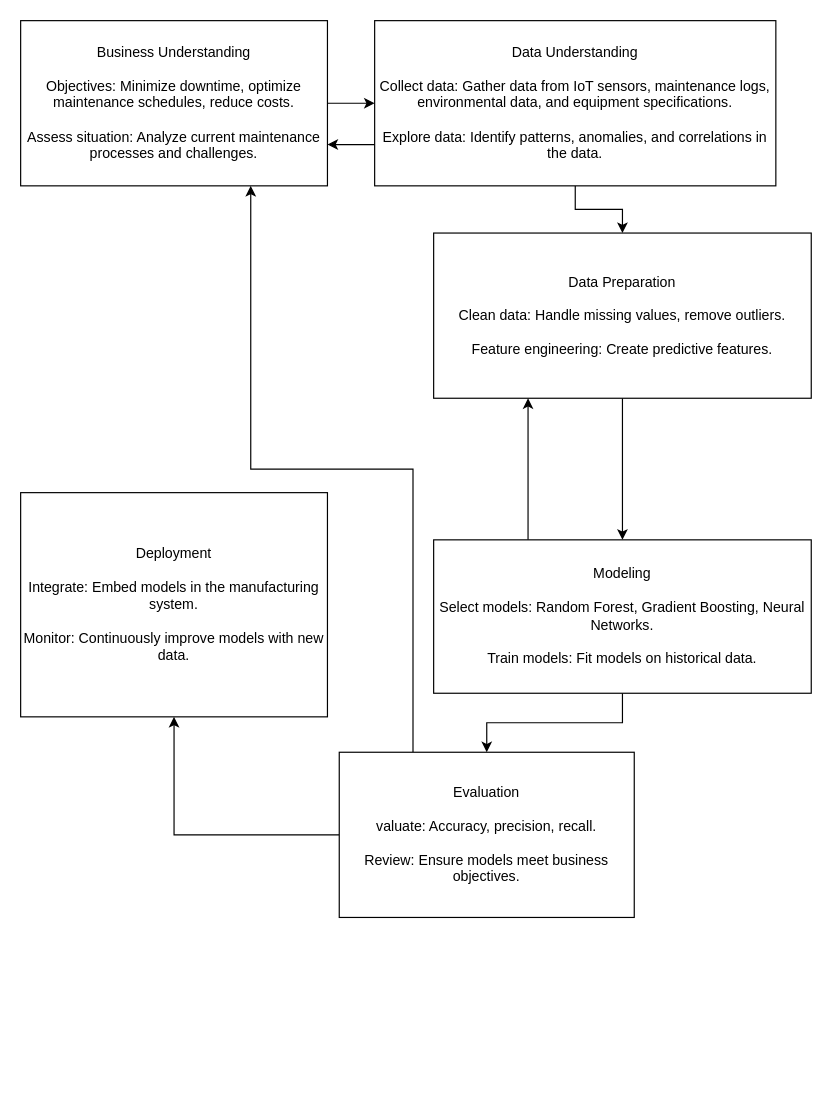
The draw.io diagram Untitled Diagram.drawio in Briandwards/CIDM2315, before the edit. Source tidied: cells renumbered, new cells numbered last; positions are measured from the earlier drawing's top-left corner, leaving out a move shared by most shapes. Both pictures are drawn from the tidied source at 118%, with x=0, y=0 at pixel (20, 20).
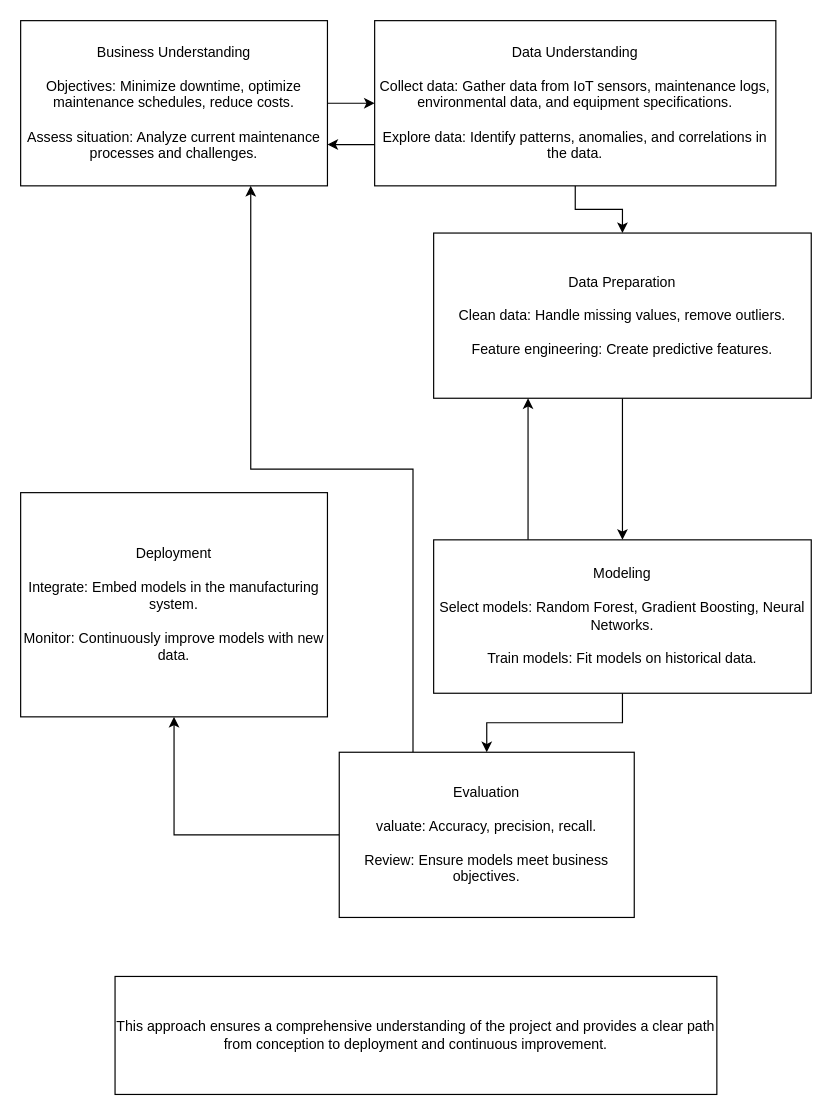
Above is the later version.

Change to the diagram source:
```diff
@@
 <mxGraphModel>
   <root>
     <mxCell id="0" />
     <mxCell id="1" parent="0" />
     <mxCell id="2" style="edgeStyle=orthogonalEdgeStyle;rounded=0;jettySize=auto;html=1;" parent="1" edge="1" source="3" target="6">
       <mxGeometry relative="1" as="geometry" />
     </mxCell>
     <mxCell id="3" value="Business Understanding&lt;div&gt;&lt;span style=&quot;background-color: initial;&quot;&gt;&lt;br&gt;&lt;/span&gt;&lt;/div&gt;&lt;div&gt;&lt;span style=&quot;background-color: initial;&quot;&gt;Objectives: Minimize downtime, optimize maintenance schedules, reduce costs.&lt;/span&gt;&lt;/div&gt;&lt;div&gt;&lt;span style=&quot;background-color: initial;&quot;&gt;&lt;br&gt;&lt;/span&gt;&lt;/div&gt;&lt;div&gt;&lt;span style=&quot;background-color: initial;&quot;&gt;Assess situation: Analyze current maintenance processes and challenges.&lt;/span&gt;&lt;/div&gt;" style="whiteSpace=wrap;html=1;" parent="1" vertex="1">
       <mxGeometry width="260" height="140" as="geometry" />
     </mxCell>
     <mxCell id="4" style="edgeStyle=orthogonalEdgeStyle;rounded=0;jettySize=auto;html=1;" parent="1" edge="1" source="6" target="8">
       <mxGeometry relative="1" as="geometry" />
     </mxCell>
     <mxCell id="5" style="edgeStyle=orthogonalEdgeStyle;rounded=0;jettySize=auto;html=1;exitX=0;exitY=0.75;exitDx=0;exitDy=0;entryX=1;entryY=0.75;entryDx=0;entryDy=0;" parent="1" edge="1" source="6" target="3">
       <mxGeometry relative="1" as="geometry" />
     </mxCell>
     <mxCell id="6" value="Data Understanding&lt;div&gt;&lt;span style=&quot;background-color: initial;&quot;&gt;&lt;br&gt;&lt;/span&gt;&lt;/div&gt;&lt;div&gt;&lt;span style=&quot;background-color: initial;&quot;&gt;Collect data: Gather data from IoT sensors, maintenance logs, environmental data, and equipment specifications.&lt;/span&gt;&lt;/div&gt;&lt;div&gt;&lt;span style=&quot;background-color: initial;&quot;&gt;&lt;br&gt;&lt;/span&gt;&lt;/div&gt;&lt;div&gt;&lt;span style=&quot;background-color: initial;&quot;&gt;Explore data: Identify patterns, anomalies, and correlations in the data.&lt;/span&gt;&lt;/div&gt;" style="whiteSpace=wrap;html=1;" parent="1" vertex="1">
       <mxGeometry x="300" width="340" height="140" as="geometry" />
     </mxCell>
     <mxCell id="7" style="edgeStyle=orthogonalEdgeStyle;rounded=0;jettySize=auto;html=1;" parent="1" edge="1" source="8" target="11">
       <mxGeometry relative="1" as="geometry" />
     </mxCell>
     <mxCell id="8" value="Data Preparation&lt;div&gt;&lt;span style=&quot;background-color: initial;&quot;&gt;&lt;br&gt;&lt;/span&gt;&lt;/div&gt;&lt;div&gt;&lt;span style=&quot;background-color: initial;&quot;&gt;Clean data: Handle missing values, remove outliers.&lt;/span&gt;&lt;/div&gt;&lt;div&gt;&lt;span style=&quot;background-color: initial;&quot;&gt;&lt;br&gt;&lt;/span&gt;&lt;/div&gt;&lt;div&gt;&lt;span style=&quot;background-color: initial;&quot;&gt;Feature engineering: Create predictive features.&lt;/span&gt;&lt;/div&gt;" style="whiteSpace=wrap;html=1;" parent="1" vertex="1">
       <mxGeometry x="350" y="180" width="320" height="140" as="geometry" />
     </mxCell>
     <mxCell id="9" style="edgeStyle=orthogonalEdgeStyle;rounded=0;jettySize=auto;html=1;exitX=0.25;exitY=0;exitDx=0;exitDy=0;entryX=0.25;entryY=1;entryDx=0;entryDy=0;" parent="1" edge="1" source="11" target="8">
       <mxGeometry relative="1" as="geometry" />
     </mxCell>
     <mxCell id="10" style="edgeStyle=orthogonalEdgeStyle;rounded=0;jettySize=auto;html=1;" parent="1" edge="1" source="11" target="14">
       <mxGeometry relative="1" as="geometry" />
     </mxCell>
     <mxCell id="11" value="Modeling&lt;div&gt;&lt;span style=&quot;background-color: initial;&quot;&gt;&lt;br&gt;&lt;/span&gt;&lt;/div&gt;&lt;div&gt;&lt;span style=&quot;background-color: initial;&quot;&gt;Select models: Random Forest, Gradient Boosting, Neural Networks.&lt;/span&gt;&lt;/div&gt;&lt;div&gt;&lt;span style=&quot;background-color: initial;&quot;&gt;&lt;br&gt;&lt;/span&gt;&lt;/div&gt;&lt;div&gt;&lt;span style=&quot;background-color: initial;&quot;&gt;Train models: Fit models on historical data.&lt;/span&gt;&lt;/div&gt;" style="whiteSpace=wrap;html=1;" parent="1" vertex="1">
       <mxGeometry x="350" y="440" width="320" height="130" as="geometry" />
     </mxCell>
     <mxCell id="12" style="edgeStyle=orthogonalEdgeStyle;rounded=0;jettySize=auto;html=1;exitX=0.25;exitY=0;exitDx=0;exitDy=0;entryX=0.75;entryY=1;entryDx=0;entryDy=0;" parent="1" edge="1" source="14" target="3">
       <mxGeometry relative="1" as="geometry" />
     </mxCell>
     <mxCell id="13" style="edgeStyle=orthogonalEdgeStyle;rounded=0;jettySize=auto;html=1;" parent="1" edge="1" source="14" target="15">
       <mxGeometry relative="1" as="geometry" />
     </mxCell>
     <mxCell id="14" value="Evaluation&lt;div&gt;&lt;span style=&quot;background-color: initial;&quot;&gt;&lt;br&gt;&lt;/span&gt;&lt;/div&gt;&lt;div&gt;&lt;span style=&quot;background-color: initial;&quot;&gt;valuate: Accuracy, precision, recall.&lt;/span&gt;&lt;/div&gt;&lt;div&gt;&lt;span style=&quot;background-color: initial;&quot;&gt;&lt;br&gt;&lt;/span&gt;&lt;/div&gt;&lt;div&gt;&lt;span style=&quot;background-color: initial;&quot;&gt;Review: Ensure models meet business objectives.&lt;/span&gt;&lt;/div&gt;" style="whiteSpace=wrap;html=1;" parent="1" vertex="1">
       <mxGeometry x="270" y="620" width="250" height="140" as="geometry" />
     </mxCell>
     <mxCell id="15" value="Deployment&lt;div&gt;&lt;span style=&quot;background-color: initial;&quot;&gt;&lt;br&gt;&lt;/span&gt;&lt;/div&gt;&lt;div&gt;&lt;span style=&quot;background-color: initial;&quot;&gt;Integrate: Embed models in the manufacturing system.&lt;/span&gt;&lt;/div&gt;&lt;div&gt;&lt;span style=&quot;background-color: initial;&quot;&gt;&lt;br&gt;&lt;/span&gt;&lt;/div&gt;&lt;div&gt;&lt;span style=&quot;background-color: initial;&quot;&gt;Monitor: Continuously improve models with new data.&lt;/span&gt;&lt;/div&gt;" style="whiteSpace=wrap;html=1;" parent="1" vertex="1">
       <mxGeometry y="400" width="260" height="190" as="geometry" />
     </mxCell>
+    <mxCell id="16" value="This approach ensures a comprehensive understanding of the project and provides a clear path from conception to deployment and continuous improvement." style="whiteSpace=wrap;html=1;" parent="1" vertex="1">
+      <mxGeometry x="80" y="810" width="510" height="100" as="geometry" />
+    </mxCell>
   </root>
 </mxGraphModel>
```
